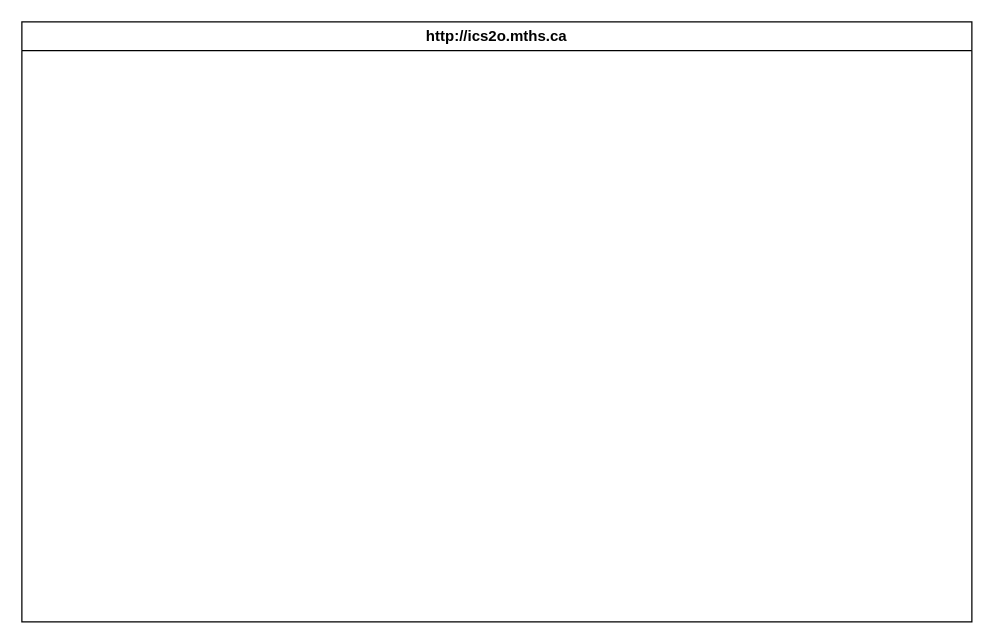
The draw.io diagram design/storyboard.drawio in MTHS-ICD2O-1-2023/ICD2O-Unit-3-03-kai-nguyen-4, before the edit. Source tidied: cells renumbered, new cells numbered last; positions are measured from the earlier drawing's top-left corner, leaving out a move shared by most shapes. Both pictures are drawn from the tidied source at 125%, with x=0, y=0 at pixel (21, 21).
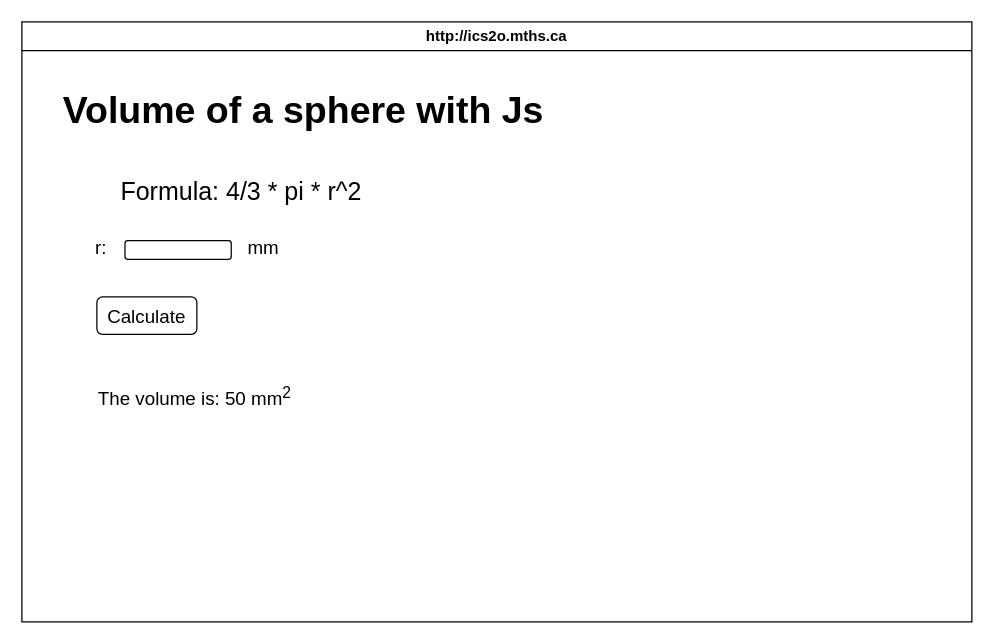
The same diagram, later.

Diff of the diagram source:
```diff
@@
 <mxGraphModel>
   <root>
     <mxCell id="0" />
     <mxCell id="1" parent="0" />
     <mxCell id="2" value="http://ics2o.mths.ca" style="swimlane;whiteSpace=wrap;html=1;" parent="1" vertex="1">
       <mxGeometry width="760" height="480" as="geometry" />
     </mxCell>
+    <mxCell id="3" value="Calculate" style="rounded=1;whiteSpace=wrap;html=1;fontSize=15;" parent="2" vertex="1">
+      <mxGeometry x="60" y="220" width="80" height="30" as="geometry" />
+    </mxCell>
+    <mxCell id="4" value="The volume is: 50 mm&lt;sup&gt;2&lt;/sup&gt;" style="text;html=1;align=center;verticalAlign=middle;strokeColor=none;fillColor=none;fontSize=15;" parent="2" vertex="1">
+      <mxGeometry x="47.5" y="280" width="180" height="40" as="geometry" />
+    </mxCell>
+    <mxCell id="5" style="rounded=1;whiteSpace=wrap;html=1;fontSize=15;" parent="1" vertex="1">
+      <mxGeometry x="82.5" y="175" width="85" height="15" as="geometry" />
+    </mxCell>
+    <mxCell id="6" value="Formula: 4/3 * pi * r^2&lt;font style=&quot;font-size: 20px;&quot;&gt;&amp;nbsp;&lt;/font&gt;" style="text;html=1;align=center;verticalAlign=middle;strokeColor=none;fillColor=none;fontSize=20;" parent="1" vertex="1">
+      <mxGeometry x="67.5" y="115" width="220" height="40" as="geometry" />
+    </mxCell>
+    <mxCell id="7" value="r:" style="text;html=1;align=center;verticalAlign=middle;strokeColor=none;fillColor=none;fontSize=15;" parent="1" vertex="1">
+      <mxGeometry x="47.5" y="165" width="30" height="30" as="geometry" />
+    </mxCell>
+    <mxCell id="8" value="mm" style="text;html=1;align=center;verticalAlign=middle;strokeColor=none;fillColor=none;fontSize=15;" parent="1" vertex="1">
+      <mxGeometry x="167.5" y="165" width="50" height="30" as="geometry" />
+    </mxCell>
+    <mxCell id="9" value="&lt;h1&gt;&lt;font style=&quot;font-size: 30px;&quot;&gt;Volume of a sphere with Js&lt;/font&gt;&lt;/h1&gt;" style="text;html=1;align=center;verticalAlign=middle;strokeColor=none;fillColor=none;fontSize=15;" parent="1" vertex="1">
+      <mxGeometry x="20" y="25" width="410" height="90" as="geometry" />
+    </mxCell>
   </root>
 </mxGraphModel>
```
